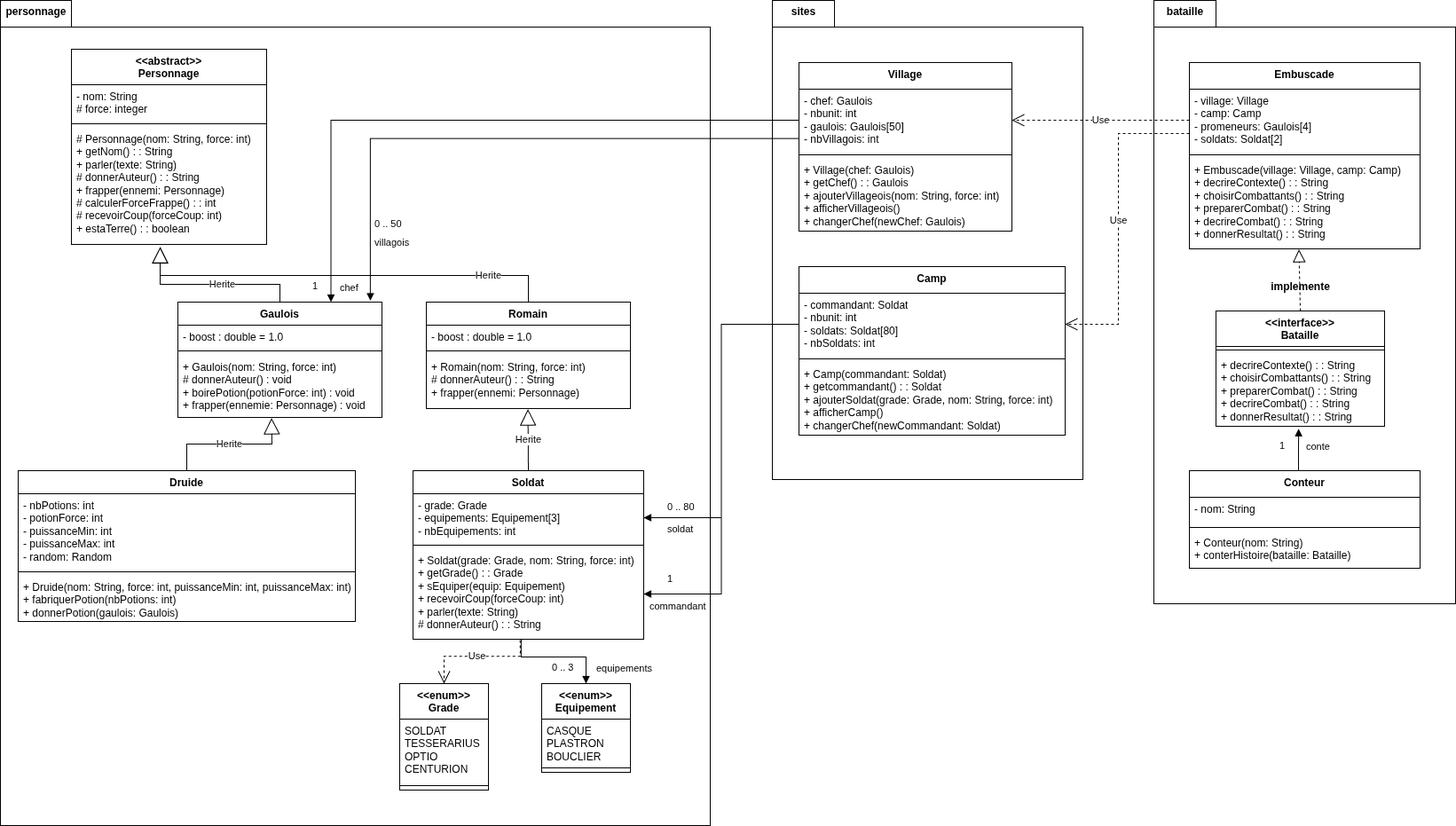
Before: Diagramme_UML_Gaulois.png, a diagram exported from draw.io (hafidhghm24/LesGaulois). Source tidied: cells renumbered, new cells last; positions are measured from the earlier drawing's top-left corner, leaving out a move shared by most shapes.
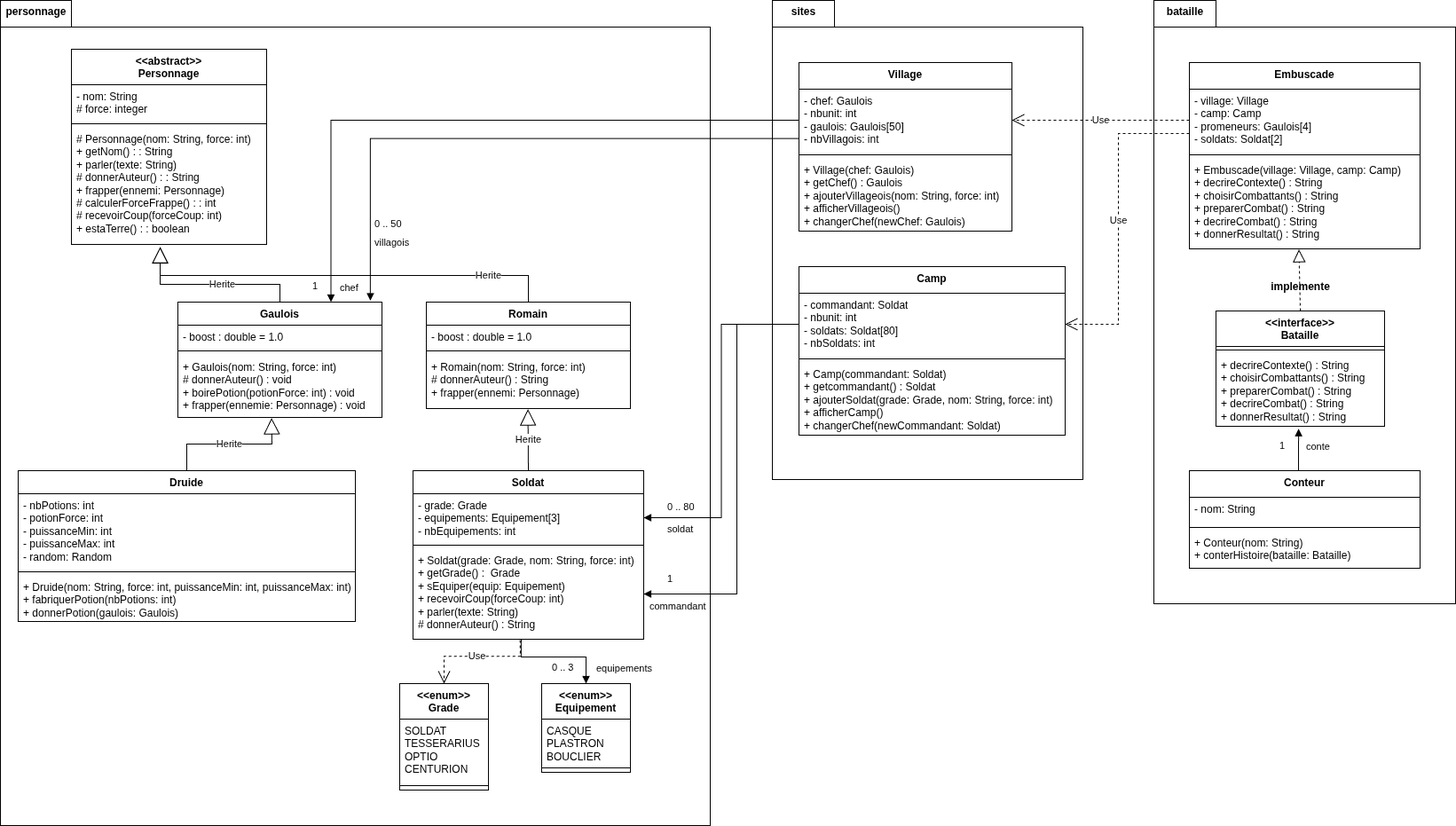
After the change.

Commit message:
avancement sur la classe conteur et Embuscade

What changed in the source:
```diff
@@ -41,7 +41,7 @@
     <mxCell id="14" style="line;strokeWidth=1;fillColor=none;align=left;verticalAlign=middle;spacingTop=-1;spacingLeft=3;spacingRight=3;labelPosition=right;strokeColor=inherit;" parent="12" vertex="1">
       <mxGeometry y="50" width="230" height="10" as="geometry" />
     </mxCell>
-    <mxCell id="15" value="&lt;div&gt;+ Romain(nom: String, force: int)&lt;/div&gt;&lt;div&gt;# donnerAuteur() : : String&lt;/div&gt;&lt;div&gt;+ frapper(ennemi: Personnage)&lt;/div&gt;" style="text;strokeColor=none;fillColor=none;align=left;verticalAlign=top;spacingLeft=4;spacingRight=4;overflow=hidden;points=[[0,0.5],[1,0.5]];portConstraint=eastwest;whiteSpace=wrap;html=1;" parent="12" vertex="1">
+    <mxCell id="15" value="&lt;div&gt;+ Romain(nom: String, force: int)&lt;/div&gt;&lt;div&gt;# donnerAuteur() : String&lt;/div&gt;&lt;div&gt;+ frapper(ennemi: Personnage)&lt;/div&gt;" style="text;strokeColor=none;fillColor=none;align=left;verticalAlign=top;spacingLeft=4;spacingRight=4;overflow=hidden;points=[[0,0.5],[1,0.5]];portConstraint=eastwest;whiteSpace=wrap;html=1;" parent="12" vertex="1">
       <mxGeometry y="60" width="230" height="60" as="geometry" />
     </mxCell>
     <mxCell id="16" value="Druide" style="swimlane;fontStyle=1;align=center;verticalAlign=top;horizontal=1;startSize=26;whiteSpace=wrap;html=1;" parent="1" vertex="1">
@@ -65,7 +65,7 @@
     <mxCell id="22" style="line;strokeWidth=1;fillColor=none;align=left;verticalAlign=middle;spacingTop=-1;spacingLeft=3;spacingRight=3;labelPosition=right;strokeColor=inherit;" parent="20" vertex="1">
       <mxGeometry y="80" width="260" height="8" as="geometry" />
     </mxCell>
-    <mxCell id="23" value="&lt;div&gt;+ Soldat(grade: Grade, nom: String, force: int)&lt;/div&gt;&lt;div&gt;+ getGrade() : : Grade&lt;/div&gt;&lt;div&gt;+ sEquiper(equip: Equipement)&lt;/div&gt;&lt;div&gt;+ recevoirCoup(forceCoup: int)&lt;/div&gt;&lt;div&gt;+ parler(texte: String)&lt;/div&gt;&lt;div&gt;# donnerAuteur() : : String&lt;/div&gt;" style="text;strokeColor=none;fillColor=none;align=left;verticalAlign=top;spacingLeft=4;spacingRight=4;overflow=hidden;points=[[0,0.5],[1,0.5]];portConstraint=eastwest;whiteSpace=wrap;html=1;" parent="20" vertex="1">
+    <mxCell id="23" value="&lt;div&gt;+ Soldat(grade: Grade, nom: String, force: int)&lt;/div&gt;&lt;div&gt;+ getGrade() :&amp;nbsp; Grade&lt;/div&gt;&lt;div&gt;+ sEquiper(equip: Equipement)&lt;/div&gt;&lt;div&gt;+ recevoirCoup(forceCoup: int)&lt;/div&gt;&lt;div&gt;+ parler(texte: String)&lt;/div&gt;&lt;div&gt;# donnerAuteur() : String&lt;/div&gt;" style="text;strokeColor=none;fillColor=none;align=left;verticalAlign=top;spacingLeft=4;spacingRight=4;overflow=hidden;points=[[0,0.5],[1,0.5]];portConstraint=eastwest;whiteSpace=wrap;html=1;" parent="20" vertex="1">
       <mxGeometry y="88" width="260" height="102" as="geometry" />
     </mxCell>
     <mxCell id="24" value="&amp;lt;&amp;lt;enum&amp;gt;&amp;gt;&lt;div&gt;Grade&lt;br&gt;&lt;div&gt;&lt;br&gt;&lt;div&gt;&lt;br&gt;&lt;/div&gt;&lt;/div&gt;&lt;/div&gt;" style="swimlane;fontStyle=1;align=center;verticalAlign=top;horizontal=1;startSize=40;whiteSpace=wrap;html=1;" parent="1" vertex="1">
@@ -114,7 +114,7 @@
     <mxCell id="37" style="line;strokeWidth=1;fillColor=none;align=left;verticalAlign=middle;spacingTop=-1;spacingLeft=3;spacingRight=3;labelPosition=right;strokeColor=inherit;" parent="33" vertex="1">
       <mxGeometry y="100" width="240" height="8" as="geometry" />
     </mxCell>
-    <mxCell id="38" value="&lt;div&gt;+ Village(chef: Gaulois)&lt;/div&gt;&lt;div&gt;+ getChef() : : Gaulois&lt;/div&gt;&lt;div&gt;+ ajouterVillageois(nom: String, force: int)&lt;/div&gt;&lt;div&gt;+ afficherVillageois()&lt;/div&gt;&lt;div&gt;+ changerChef(newChef: Gaulois)&lt;/div&gt;" style="text;strokeColor=none;fillColor=none;align=left;verticalAlign=top;spacingLeft=4;spacingRight=4;overflow=hidden;whiteSpace=wrap;html=1;" parent="33" vertex="1">
+    <mxCell id="38" value="&lt;div&gt;+ Village(chef: Gaulois)&lt;/div&gt;&lt;div&gt;+ getChef() : Gaulois&lt;/div&gt;&lt;div&gt;+ ajouterVillageois(nom: String, force: int)&lt;/div&gt;&lt;div&gt;+ afficherVillageois()&lt;/div&gt;&lt;div&gt;+ changerChef(newChef: Gaulois)&lt;/div&gt;" style="text;strokeColor=none;fillColor=none;align=left;verticalAlign=top;spacingLeft=4;spacingRight=4;overflow=hidden;whiteSpace=wrap;html=1;" parent="33" vertex="1">
       <mxGeometry y="108" width="240" height="82" as="geometry" />
     </mxCell>
     <mxCell id="39" value="Camp" style="swimlane;fontStyle=1;align=center;verticalAlign=top;horizontal=1;startSize=30;whiteSpace=wrap;html=1;" parent="1" vertex="1">
@@ -126,7 +126,7 @@
     <mxCell id="41" style="line;strokeWidth=1;fillColor=none;align=left;verticalAlign=middle;spacingTop=-1;spacingLeft=3;spacingRight=3;labelPosition=right;strokeColor=inherit;" parent="39" vertex="1">
       <mxGeometry y="100" width="300" height="8" as="geometry" />
     </mxCell>
-    <mxCell id="42" value="&lt;div&gt;+ Camp(commandant: Soldat)&lt;/div&gt;&lt;div&gt;+ getcommandant() : : Soldat&lt;/div&gt;&lt;div&gt;+ ajouterSoldat(grade: Grade, nom: String, force: int)&lt;/div&gt;&lt;div&gt;+ afficherCamp()&lt;/div&gt;&lt;div&gt;+ changerChef(newCommandant: Soldat)&lt;/div&gt;" style="text;strokeColor=none;fillColor=none;align=left;verticalAlign=top;spacingLeft=4;spacingRight=4;overflow=hidden;whiteSpace=wrap;html=1;" parent="39" vertex="1">
+    <mxCell id="42" value="&lt;div&gt;+ Camp(commandant: Soldat)&lt;/div&gt;&lt;div&gt;+ getcommandant() : Soldat&lt;/div&gt;&lt;div&gt;+ ajouterSoldat(grade: Grade, nom: String, force: int)&lt;/div&gt;&lt;div&gt;+ afficherCamp()&lt;/div&gt;&lt;div&gt;+ changerChef(newCommandant: Soldat)&lt;/div&gt;" style="text;strokeColor=none;fillColor=none;align=left;verticalAlign=top;spacingLeft=4;spacingRight=4;overflow=hidden;whiteSpace=wrap;html=1;" parent="39" vertex="1">
       <mxGeometry y="108" width="300" height="82" as="geometry" />
     </mxCell>
     <mxCell id="43" value="bataille" style="text;align=center;fontStyle=1;verticalAlign=middle;spacingLeft=3;spacingRight=3;strokeColor=none;html=1;" parent="1" vertex="1">
@@ -141,7 +141,7 @@
     <mxCell id="46" style="line;strokeWidth=1;fillColor=none;align=left;verticalAlign=middle;spacingTop=-1;spacingLeft=3;spacingRight=3;labelPosition=right;strokeColor=inherit;" parent="44" vertex="1">
       <mxGeometry y="100" width="260" height="8" as="geometry" />
     </mxCell>
-    <mxCell id="47" value="&lt;div&gt;+ Embuscade(village: Village, camp: Camp)&lt;/div&gt;&lt;div&gt;+ decrireContexte() : : String&lt;/div&gt;&lt;div&gt;+ choisirCombattants() : : String&lt;/div&gt;&lt;div&gt;+ preparerCombat() : : String&lt;/div&gt;&lt;div&gt;+ decrireCombat() : : String&lt;/div&gt;&lt;div&gt;+ donnerResultat() : : String&lt;/div&gt;" style="text;strokeColor=none;fillColor=none;align=left;verticalAlign=top;spacingLeft=4;spacingRight=4;overflow=hidden;points=[[0,0.5],[1,0.5]];portConstraint=eastwest;whiteSpace=wrap;html=1;" parent="44" vertex="1">
+    <mxCell id="47" value="&lt;div&gt;+ Embuscade(village: Village, camp: Camp)&lt;/div&gt;&lt;div&gt;+ decrireContexte() : String&lt;/div&gt;&lt;div&gt;+ choisirCombattants() : String&lt;/div&gt;&lt;div&gt;+ preparerCombat() : String&lt;/div&gt;&lt;div&gt;+ decrireCombat() : String&lt;/div&gt;&lt;div&gt;+ donnerResultat() : String&lt;/div&gt;" style="text;strokeColor=none;fillColor=none;align=left;verticalAlign=top;spacingLeft=4;spacingRight=4;overflow=hidden;points=[[0,0.5],[1,0.5]];portConstraint=eastwest;whiteSpace=wrap;html=1;" parent="44" vertex="1">
       <mxGeometry y="108" width="260" height="102" as="geometry" />
     </mxCell>
     <mxCell id="48" value="&amp;lt;&amp;lt;interface&amp;gt;&amp;gt;&lt;div&gt;Bataille&lt;/div&gt;" style="swimlane;fontStyle=1;align=center;verticalAlign=top;horizontal=1;startSize=40;whiteSpace=wrap;html=1;" parent="1" vertex="1">
@@ -150,7 +150,7 @@
     <mxCell id="49" style="line;strokeWidth=1;fillColor=none;align=left;verticalAlign=middle;spacingTop=-1;spacingLeft=3;spacingRight=3;labelPosition=right;strokeColor=inherit;" parent="48" vertex="1">
       <mxGeometry y="40" width="190" height="8" as="geometry" />
     </mxCell>
-    <mxCell id="50" value="&lt;div&gt;+ decrireContexte() : : String&lt;/div&gt;&lt;div&gt;+ choisirCombattants() : : String&lt;/div&gt;&lt;div&gt;+ preparerCombat() : : String&lt;/div&gt;&lt;div&gt;+ decrireCombat() : : String&lt;/div&gt;&lt;div&gt;+ donnerResultat() : : String&lt;/div&gt;" style="text;strokeColor=none;fillColor=none;align=left;verticalAlign=top;spacingLeft=4;spacingRight=4;overflow=hidden;points=[[0,0.5],[1,0.5]];portConstraint=eastwest;whiteSpace=wrap;html=1;" parent="48" vertex="1">
+    <mxCell id="50" value="&lt;div&gt;+ decrireContexte() : String&lt;/div&gt;&lt;div&gt;+ choisirCombattants() : String&lt;/div&gt;&lt;div&gt;+ preparerCombat() : String&lt;/div&gt;&lt;div&gt;+ decrireCombat() : String&lt;/div&gt;&lt;div&gt;+ donnerResultat() : String&lt;/div&gt;" style="text;strokeColor=none;fillColor=none;align=left;verticalAlign=top;spacingLeft=4;spacingRight=4;overflow=hidden;points=[[0,0.5],[1,0.5]];portConstraint=eastwest;whiteSpace=wrap;html=1;" parent="48" vertex="1">
       <mxGeometry y="48" width="190" height="82" as="geometry" />
     </mxCell>
     <mxCell id="51" value="Conteur" style="swimlane;fontStyle=1;align=center;verticalAlign=top;horizontal=1;startSize=30;whiteSpace=wrap;html=1;" parent="1" vertex="1">
@@ -203,7 +203,12 @@
       </mxGeometry>
     </mxCell>
     <mxCell id="61" value="commandant" style="endArrow=block;endFill=1;html=1;edgeStyle=orthogonalEdgeStyle;align=left;verticalAlign=top;rounded=0;exitX=0;exitY=0.5;exitDx=0;exitDy=0;entryX=1;entryY=0.5;entryDx=0;entryDy=0;" parent="1" edge="1" source="40" target="23">
-      <mxGeometry x="0.98" y="1" relative="1" as="geometry" />
+      <mxGeometry x="0.98" y="1" relative="1" as="geometry">
+        <Array as="points">
+          <mxPoint x="830" y="365" />
+          <mxPoint x="830" y="669" />
+        </Array>
+      </mxGeometry>
     </mxCell>
     <mxCell id="62" value="1" style="edgeLabel;html=1;align=left;verticalAlign=bottom;" parent="61" vertex="1">
       <mxGeometry x="-1" relative="1" as="geometry">
```
